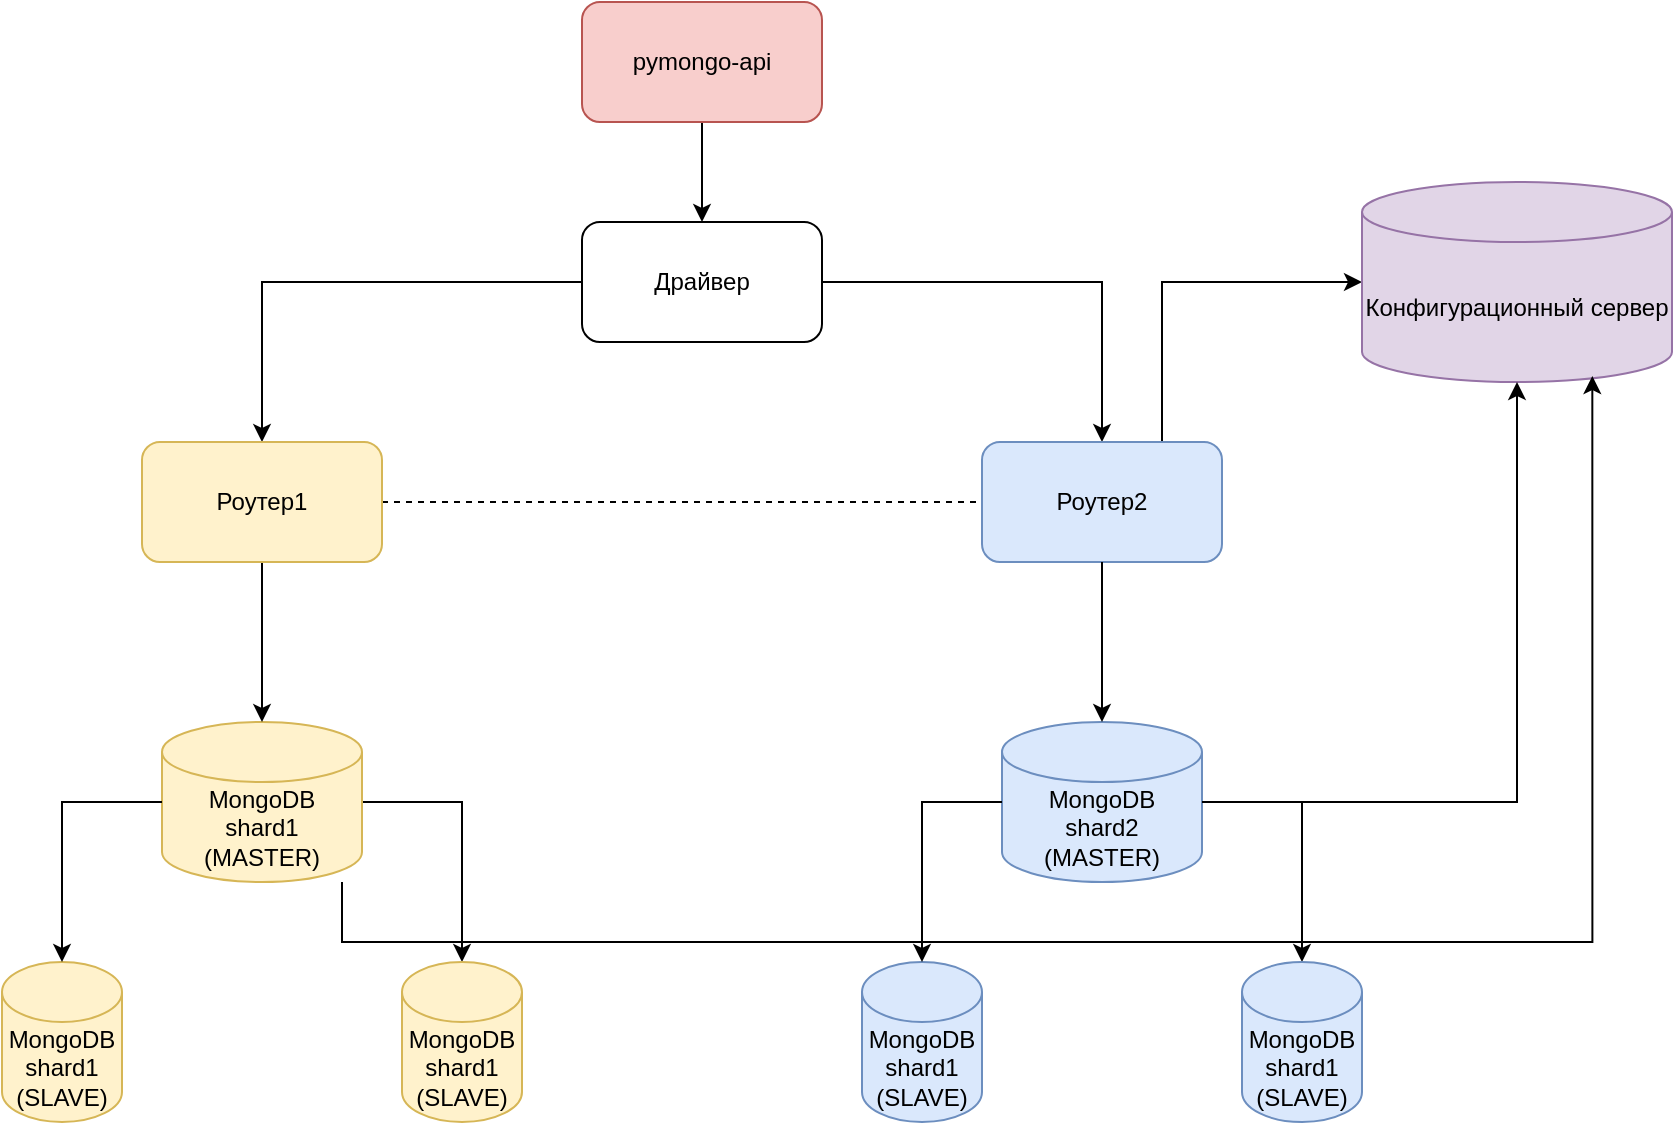
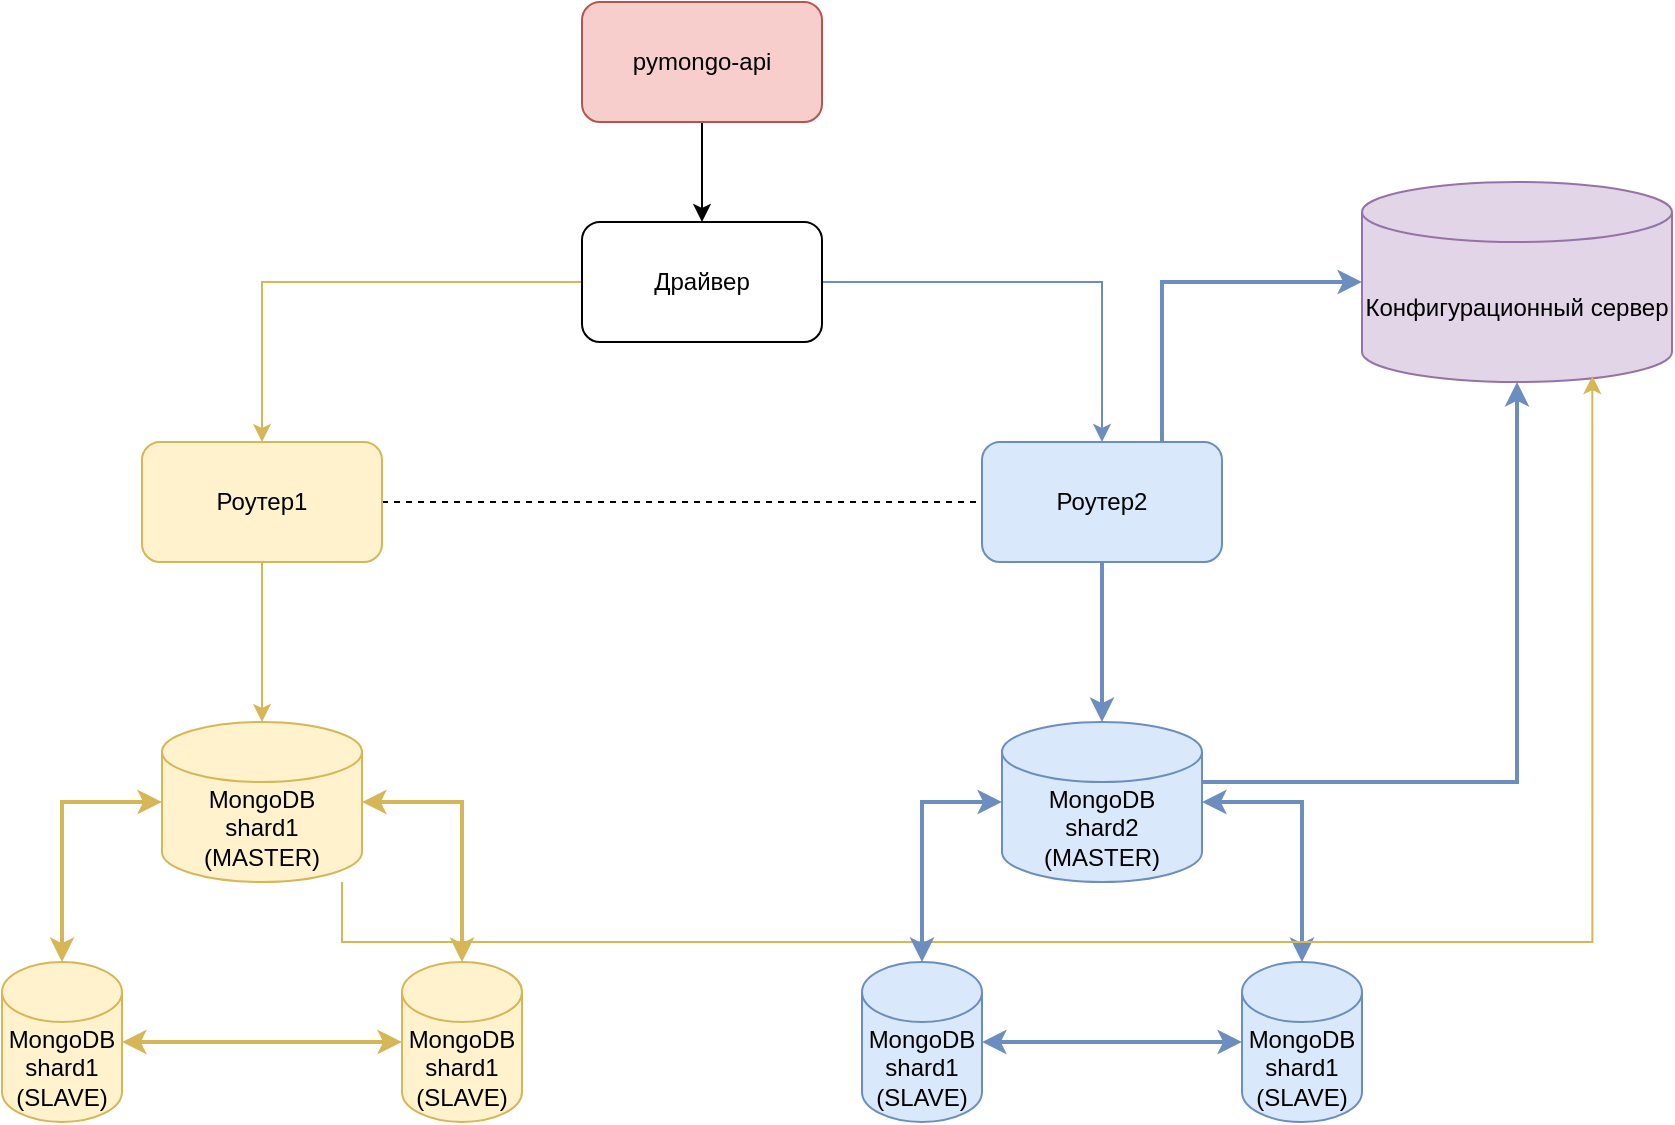
<mxfile host="app.diagrams.net" agent="Mozilla/5.0 (Macintosh; Intel Mac OS X 10_15_7) AppleWebKit/537.36 (KHTML, like Gecko) draw.io/24.6.4 Chrome/124.0.6367.207 Electron/30.0.6 Safari/537.36">
  <diagram name="Page-1" id="-H_mtQnk-PTXWXPvYvuk">
-     <mxGraphModel dx="1212" dy="661" grid="1" gridSize="10" guides="1" tooltips="1" connect="1" arrows="1" fold="1" page="1" pageScale="1" pageWidth="1169" pageHeight="827" math="0" shadow="0">
+     <mxGraphModel dx="1084" dy="592" grid="1" gridSize="10" guides="1" tooltips="1" connect="1" arrows="1" fold="1" page="1" pageScale="1" pageWidth="1169" pageHeight="827" math="0" shadow="0">
      <root>
        <mxCell id="0" />
        <mxCell id="1" parent="0" />
-         <mxCell id="-b0uPEWMNX4Y9v5Yv2N0-6" edge="1" parent="1" source="zA23MoTUsTF4_91t8viU-2" style="edgeStyle=orthogonalEdgeStyle;rounded=0;orthogonalLoop=1;jettySize=auto;html=1;" target="-b0uPEWMNX4Y9v5Yv2N0-3">
+         <mxCell id="-b0uPEWMNX4Y9v5Yv2N0-6" edge="1" parent="1" source="zA23MoTUsTF4_91t8viU-2" style="edgeStyle=orthogonalEdgeStyle;rounded=0;orthogonalLoop=1;jettySize=auto;html=1;startArrow=classic;startFill=1;fillColor=#fff2cc;strokeColor=#d6b656;strokeWidth=2;" target="-b0uPEWMNX4Y9v5Yv2N0-3">
          <mxGeometry relative="1" as="geometry" />
        </mxCell>
        <mxCell id="zA23MoTUsTF4_91t8viU-2" parent="1" style="shape=cylinder3;whiteSpace=wrap;html=1;boundedLbl=1;backgroundOutline=1;size=15;fillColor=#fff2cc;strokeColor=#d6b656;" value="MongoDB&lt;br&gt;shard1 (MASTER)" vertex="1">
          <mxGeometry height="80" width="100" x="130" y="470" as="geometry" />
        </mxCell>
        <mxCell id="JA4CdrQExTbod57CP28f-2" edge="1" parent="1" source="zA23MoTUsTF4_91t8viU-3" style="edgeStyle=orthogonalEdgeStyle;rounded=0;orthogonalLoop=1;jettySize=auto;html=1;" target="JA4CdrQExTbod57CP28f-1" value="">
          <mxGeometry relative="1" as="geometry" />
        </mxCell>
        <mxCell id="zA23MoTUsTF4_91t8viU-3" parent="1" style="rounded=1;whiteSpace=wrap;html=1;fillColor=#f8cecc;strokeColor=#b85450;" value="pymongo-api" vertex="1">
          <mxGeometry height="60" width="120" x="340" y="110" as="geometry" />
        </mxCell>
-         <mxCell id="JA4CdrQExTbod57CP28f-4" edge="1" parent="1" source="JA4CdrQExTbod57CP28f-1" style="edgeStyle=orthogonalEdgeStyle;rounded=0;orthogonalLoop=1;jettySize=auto;html=1;" target="JA4CdrQExTbod57CP28f-3" value="">
+         <mxCell id="JA4CdrQExTbod57CP28f-4" edge="1" parent="1" source="JA4CdrQExTbod57CP28f-1" style="edgeStyle=orthogonalEdgeStyle;rounded=0;orthogonalLoop=1;jettySize=auto;html=1;fillColor=#fff2cc;strokeColor=#d6b656;" target="JA4CdrQExTbod57CP28f-3" value="">
          <mxGeometry relative="1" as="geometry" />
        </mxCell>
-         <mxCell id="JA4CdrQExTbod57CP28f-10" edge="1" parent="1" source="JA4CdrQExTbod57CP28f-1" style="edgeStyle=orthogonalEdgeStyle;rounded=0;orthogonalLoop=1;jettySize=auto;html=1;" target="JA4CdrQExTbod57CP28f-7">
+         <mxCell id="JA4CdrQExTbod57CP28f-10" edge="1" parent="1" source="JA4CdrQExTbod57CP28f-1" style="edgeStyle=orthogonalEdgeStyle;rounded=0;orthogonalLoop=1;jettySize=auto;html=1;fillColor=#dae8fc;strokeColor=#6c8ebf;" target="JA4CdrQExTbod57CP28f-7">
          <mxGeometry relative="1" as="geometry" />
        </mxCell>
        <mxCell id="JA4CdrQExTbod57CP28f-1" parent="1" style="whiteSpace=wrap;html=1;rounded=1;rotation=0;" value="Драйвер" vertex="1">
          <mxGeometry height="60" width="120" x="340" y="220" as="geometry" />
        </mxCell>
-         <mxCell id="JA4CdrQExTbod57CP28f-15" edge="1" parent="1" source="JA4CdrQExTbod57CP28f-3" style="edgeStyle=orthogonalEdgeStyle;rounded=0;orthogonalLoop=1;jettySize=auto;html=1;" target="zA23MoTUsTF4_91t8viU-2">
+         <mxCell id="JA4CdrQExTbod57CP28f-15" edge="1" parent="1" source="JA4CdrQExTbod57CP28f-3" style="edgeStyle=orthogonalEdgeStyle;rounded=0;orthogonalLoop=1;jettySize=auto;html=1;fillColor=#fff2cc;strokeColor=#d6b656;" target="zA23MoTUsTF4_91t8viU-2">
          <mxGeometry relative="1" as="geometry" />
        </mxCell>
        <mxCell id="JA4CdrQExTbod57CP28f-18" edge="1" parent="1" source="JA4CdrQExTbod57CP28f-3" style="edgeStyle=orthogonalEdgeStyle;rounded=0;orthogonalLoop=1;jettySize=auto;html=1;dashed=1;endArrow=none;endFill=0;" target="JA4CdrQExTbod57CP28f-7">
          <mxGeometry relative="1" as="geometry" />
        </mxCell>
        <mxCell id="JA4CdrQExTbod57CP28f-3" parent="1" style="whiteSpace=wrap;html=1;rounded=1;fillColor=#fff2cc;strokeColor=#d6b656;" value="Роутер1" vertex="1">
          <mxGeometry height="60" width="120" x="120" y="330" as="geometry" />
        </mxCell>
-         <mxCell id="JA4CdrQExTbod57CP28f-12" edge="1" parent="1" source="JA4CdrQExTbod57CP28f-7" style="edgeStyle=orthogonalEdgeStyle;rounded=0;orthogonalLoop=1;jettySize=auto;html=1;" target="JA4CdrQExTbod57CP28f-11">
+         <mxCell id="JA4CdrQExTbod57CP28f-12" edge="1" parent="1" source="JA4CdrQExTbod57CP28f-7" style="edgeStyle=orthogonalEdgeStyle;rounded=0;orthogonalLoop=1;jettySize=auto;html=1;fillColor=#dae8fc;strokeColor=#6c8ebf;strokeWidth=2;" target="JA4CdrQExTbod57CP28f-11">
          <mxGeometry relative="1" as="geometry">
            <Array as="points">
              <mxPoint x="630" y="250" />
            </Array>
          </mxGeometry>
        </mxCell>
        <mxCell id="JA4CdrQExTbod57CP28f-7" parent="1" style="whiteSpace=wrap;html=1;rounded=1;fillColor=#dae8fc;strokeColor=#6c8ebf;" value="Роутер2" vertex="1">
          <mxGeometry height="60" width="120" x="540" y="330" as="geometry" />
        </mxCell>
        <mxCell id="JA4CdrQExTbod57CP28f-11" parent="1" style="shape=cylinder3;whiteSpace=wrap;html=1;boundedLbl=1;backgroundOutline=1;size=15;fillColor=#e1d5e7;strokeColor=#9673a6;" value="Конфигурационный сервер" vertex="1">
          <mxGeometry height="100" width="155" x="730" y="200" as="geometry" />
        </mxCell>
-         <mxCell id="-b0uPEWMNX4Y9v5Yv2N0-16" edge="1" parent="1" source="JA4CdrQExTbod57CP28f-13" style="edgeStyle=orthogonalEdgeStyle;rounded=0;orthogonalLoop=1;jettySize=auto;html=1;" target="-b0uPEWMNX4Y9v5Yv2N0-13">
+         <mxCell id="-b0uPEWMNX4Y9v5Yv2N0-16" edge="1" parent="1" source="JA4CdrQExTbod57CP28f-13" style="edgeStyle=orthogonalEdgeStyle;rounded=0;orthogonalLoop=1;jettySize=auto;html=1;startArrow=classic;startFill=1;strokeWidth=2;fillColor=#dae8fc;strokeColor=#6c8ebf;" target="-b0uPEWMNX4Y9v5Yv2N0-13">
          <mxGeometry relative="1" as="geometry" />
        </mxCell>
        <mxCell id="JA4CdrQExTbod57CP28f-13" parent="1" style="shape=cylinder3;whiteSpace=wrap;html=1;boundedLbl=1;backgroundOutline=1;size=15;fillColor=#dae8fc;strokeColor=#6c8ebf;" value="MongoDB&lt;br&gt;shard2&lt;br&gt;(MASTER)" vertex="1">
          <mxGeometry height="80" width="100" x="550" y="470" as="geometry" />
        </mxCell>
-         <mxCell id="JA4CdrQExTbod57CP28f-14" edge="1" parent="1" source="JA4CdrQExTbod57CP28f-7" style="edgeStyle=orthogonalEdgeStyle;rounded=0;orthogonalLoop=1;jettySize=auto;html=1;" target="JA4CdrQExTbod57CP28f-13">
+         <mxCell id="JA4CdrQExTbod57CP28f-14" edge="1" parent="1" source="JA4CdrQExTbod57CP28f-7" style="edgeStyle=orthogonalEdgeStyle;rounded=0;orthogonalLoop=1;jettySize=auto;html=1;fillColor=#dae8fc;strokeColor=#6c8ebf;strokeWidth=2;" target="JA4CdrQExTbod57CP28f-13">
          <mxGeometry relative="1" as="geometry">
            <Array as="points" />
          </mxGeometry>
        </mxCell>
-         <mxCell id="JA4CdrQExTbod57CP28f-16" edge="1" parent="1" source="JA4CdrQExTbod57CP28f-13" style="edgeStyle=orthogonalEdgeStyle;rounded=0;orthogonalLoop=1;jettySize=auto;html=1;entryX=0.5;entryY=1;entryDx=0;entryDy=0;entryPerimeter=0;" target="JA4CdrQExTbod57CP28f-11">
-           <mxGeometry relative="1" as="geometry" />
+         <mxCell id="JA4CdrQExTbod57CP28f-16" edge="1" parent="1" source="JA4CdrQExTbod57CP28f-13" style="edgeStyle=orthogonalEdgeStyle;rounded=0;orthogonalLoop=1;jettySize=auto;html=1;entryX=0.5;entryY=1;entryDx=0;entryDy=0;entryPerimeter=0;fillColor=#dae8fc;strokeColor=#6c8ebf;strokeWidth=2;" target="JA4CdrQExTbod57CP28f-11">
+           <mxGeometry relative="1" as="geometry">
+             <Array as="points">
+               <mxPoint x="807" y="500" />
+             </Array>
+           </mxGeometry>
        </mxCell>
-         <mxCell id="JA4CdrQExTbod57CP28f-17" edge="1" parent="1" source="zA23MoTUsTF4_91t8viU-2" style="edgeStyle=orthogonalEdgeStyle;rounded=0;orthogonalLoop=1;jettySize=auto;html=1;entryX=0.743;entryY=0.97;entryDx=0;entryDy=0;entryPerimeter=0;" target="JA4CdrQExTbod57CP28f-11">
+         <mxCell id="JA4CdrQExTbod57CP28f-17" edge="1" parent="1" source="zA23MoTUsTF4_91t8viU-2" style="edgeStyle=orthogonalEdgeStyle;rounded=0;orthogonalLoop=1;jettySize=auto;html=1;entryX=0.743;entryY=0.97;entryDx=0;entryDy=0;entryPerimeter=0;fillColor=#fff2cc;strokeColor=#d6b656;" target="JA4CdrQExTbod57CP28f-11">
          <mxGeometry relative="1" as="geometry">
            <Array as="points">
              <mxPoint x="220" y="580" />
              <mxPoint x="845" y="580" />
            </Array>
          </mxGeometry>
        </mxCell>
+         <mxCell id="odxoTTt-qRNmfRbKmcYk-1" edge="1" parent="1" source="-b0uPEWMNX4Y9v5Yv2N0-1" style="edgeStyle=orthogonalEdgeStyle;rounded=0;orthogonalLoop=1;jettySize=auto;html=1;startArrow=classic;startFill=1;fillColor=#fff2cc;strokeColor=#d6b656;strokeWidth=2;" target="-b0uPEWMNX4Y9v5Yv2N0-3">
+           <mxGeometry relative="1" as="geometry" />
+         </mxCell>
        <mxCell id="-b0uPEWMNX4Y9v5Yv2N0-1" parent="1" style="shape=cylinder3;whiteSpace=wrap;html=1;boundedLbl=1;backgroundOutline=1;size=15;fillColor=#fff2cc;strokeColor=#d6b656;" value="MongoDB&lt;br&gt;shard1&lt;br&gt;(SLAVE)" vertex="1">
          <mxGeometry height="80" width="60" x="50" y="590" as="geometry" />
        </mxCell>
        <mxCell id="-b0uPEWMNX4Y9v5Yv2N0-3" parent="1" style="shape=cylinder3;whiteSpace=wrap;html=1;boundedLbl=1;backgroundOutline=1;size=15;fillColor=#fff2cc;strokeColor=#d6b656;" value="MongoDB&lt;br&gt;shard1&lt;br&gt;(SLAVE)" vertex="1">
          <mxGeometry height="80" width="60" x="250" y="590" as="geometry" />
        </mxCell>
-         <mxCell id="-b0uPEWMNX4Y9v5Yv2N0-4" edge="1" parent="1" source="zA23MoTUsTF4_91t8viU-2" style="edgeStyle=orthogonalEdgeStyle;rounded=0;orthogonalLoop=1;jettySize=auto;html=1;entryX=0.5;entryY=0;entryDx=0;entryDy=0;entryPerimeter=0;" target="-b0uPEWMNX4Y9v5Yv2N0-1">
+         <mxCell id="-b0uPEWMNX4Y9v5Yv2N0-4" edge="1" parent="1" source="zA23MoTUsTF4_91t8viU-2" style="edgeStyle=orthogonalEdgeStyle;rounded=0;orthogonalLoop=1;jettySize=auto;html=1;entryX=0.5;entryY=0;entryDx=0;entryDy=0;entryPerimeter=0;strokeWidth=2;fillColor=#fff2cc;strokeColor=#d6b656;startArrow=classic;startFill=1;" target="-b0uPEWMNX4Y9v5Yv2N0-1">
+           <mxGeometry relative="1" as="geometry" />
+         </mxCell>
+         <mxCell id="odxoTTt-qRNmfRbKmcYk-2" edge="1" parent="1" source="-b0uPEWMNX4Y9v5Yv2N0-11" style="edgeStyle=orthogonalEdgeStyle;rounded=0;orthogonalLoop=1;jettySize=auto;html=1;startArrow=classic;startFill=1;fillColor=#dae8fc;strokeColor=#6c8ebf;strokeWidth=2;" target="-b0uPEWMNX4Y9v5Yv2N0-13">
          <mxGeometry relative="1" as="geometry" />
        </mxCell>
        <mxCell id="-b0uPEWMNX4Y9v5Yv2N0-11" parent="1" style="shape=cylinder3;whiteSpace=wrap;html=1;boundedLbl=1;backgroundOutline=1;size=15;fillColor=#dae8fc;strokeColor=#6c8ebf;" value="MongoDB&lt;br&gt;shard1&lt;br&gt;(SLAVE)" vertex="1">
          <mxGeometry height="80" width="60" x="480" y="590" as="geometry" />
        </mxCell>
        <mxCell id="-b0uPEWMNX4Y9v5Yv2N0-13" parent="1" style="shape=cylinder3;whiteSpace=wrap;html=1;boundedLbl=1;backgroundOutline=1;size=15;fillColor=#dae8fc;strokeColor=#6c8ebf;" value="MongoDB&lt;br&gt;shard1&lt;br&gt;(SLAVE)" vertex="1">
          <mxGeometry height="80" width="60" x="670" y="590" as="geometry" />
        </mxCell>
-         <mxCell id="-b0uPEWMNX4Y9v5Yv2N0-14" edge="1" parent="1" source="JA4CdrQExTbod57CP28f-13" style="edgeStyle=orthogonalEdgeStyle;rounded=0;orthogonalLoop=1;jettySize=auto;html=1;entryX=0.5;entryY=0;entryDx=0;entryDy=0;entryPerimeter=0;" target="-b0uPEWMNX4Y9v5Yv2N0-11">
+         <mxCell id="-b0uPEWMNX4Y9v5Yv2N0-14" edge="1" parent="1" source="JA4CdrQExTbod57CP28f-13" style="edgeStyle=orthogonalEdgeStyle;rounded=0;orthogonalLoop=1;jettySize=auto;html=1;entryX=0.5;entryY=0;entryDx=0;entryDy=0;entryPerimeter=0;fillColor=#dae8fc;strokeColor=#6c8ebf;startArrow=classic;startFill=1;strokeWidth=2;" target="-b0uPEWMNX4Y9v5Yv2N0-11">
          <mxGeometry relative="1" as="geometry" />
        </mxCell>
      </root>
    </mxGraphModel>
  </diagram>
</mxfile>
